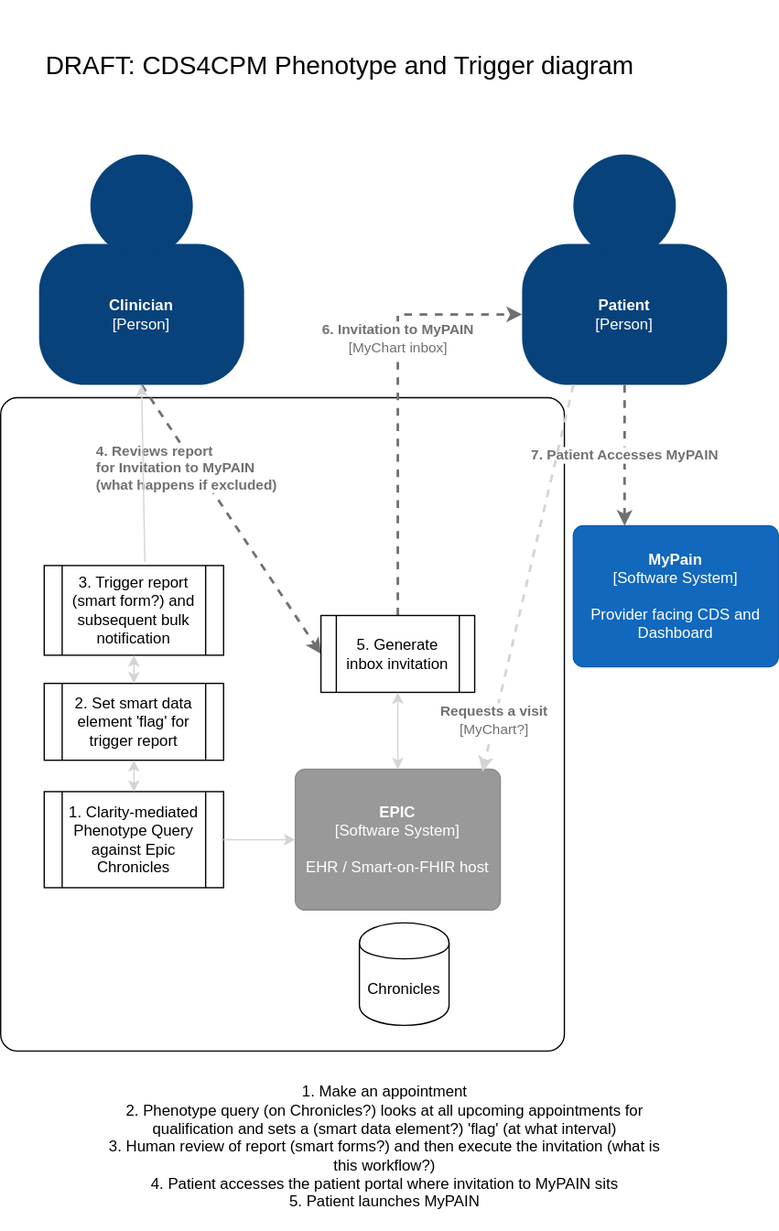
The draw.io diagram input/pagecontent/img/CDS4CPM Phenotype and trigger diagram.svg in cqframework/cds4cpm, before a commit. Source tidied: cells renumbered, new cells last; positions are measured from the earlier drawing's top-left corner, leaving out a move shared by most shapes.
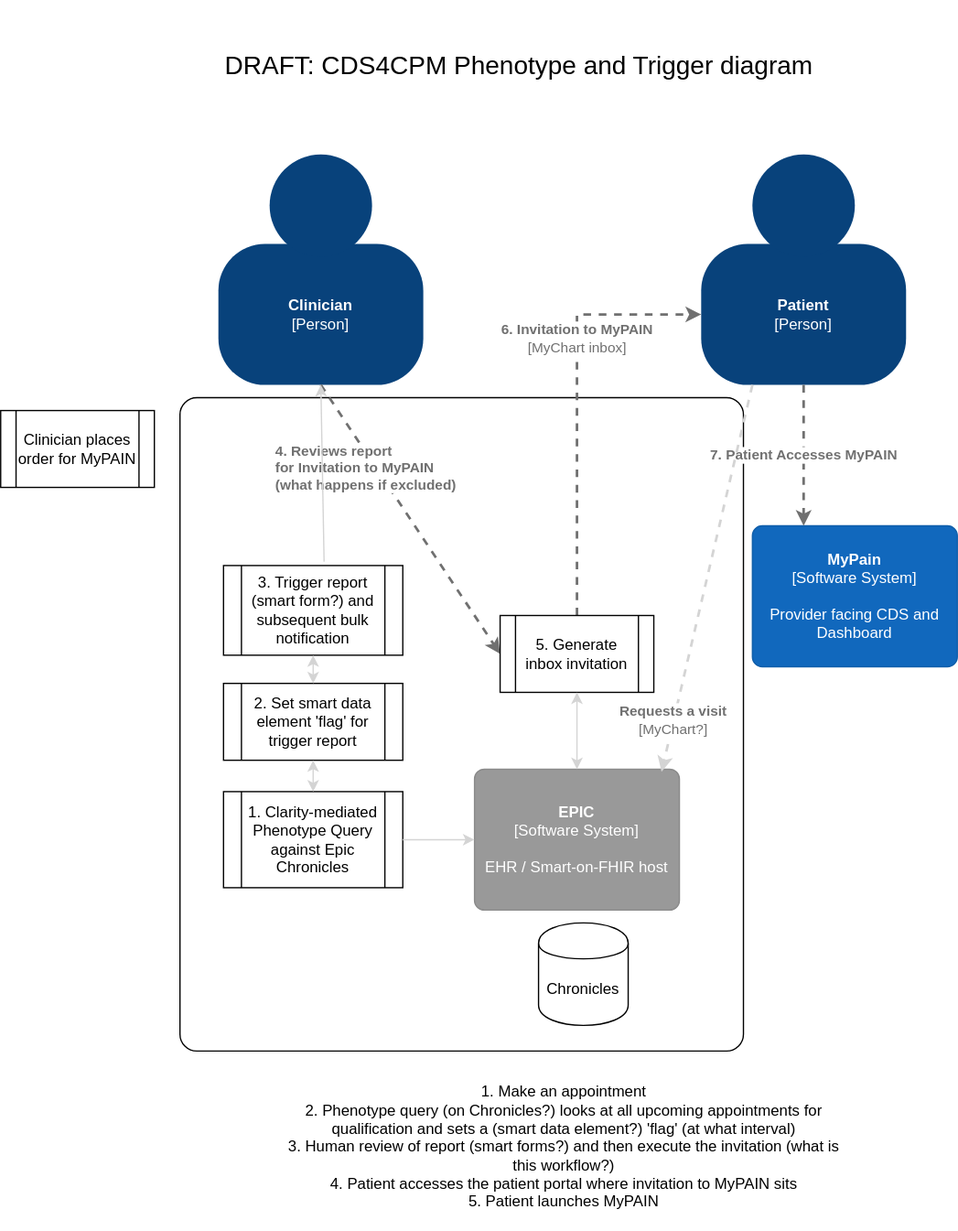
Above is the later version.

What changed in the source:
```diff
@@ -96,5 +96,8 @@
     <mxCell id="26" value="Chronicles" style="shape=cylinder;whiteSpace=wrap;html=1;boundedLbl=1;backgroundOutline=1;" parent="1" vertex="1">
       <mxGeometry x="280" y="720" width="70" height="80" as="geometry" />
     </mxCell>
+    <mxCell id="27" value="Clinician places order for MyPAIN" style="shape=process;whiteSpace=wrap;html=1;backgroundOutline=1;" parent="1" vertex="1">
+      <mxGeometry x="-140" y="320" width="120" height="60" as="geometry" />
+    </mxCell>
   </root>
 </mxGraphModel>
```
